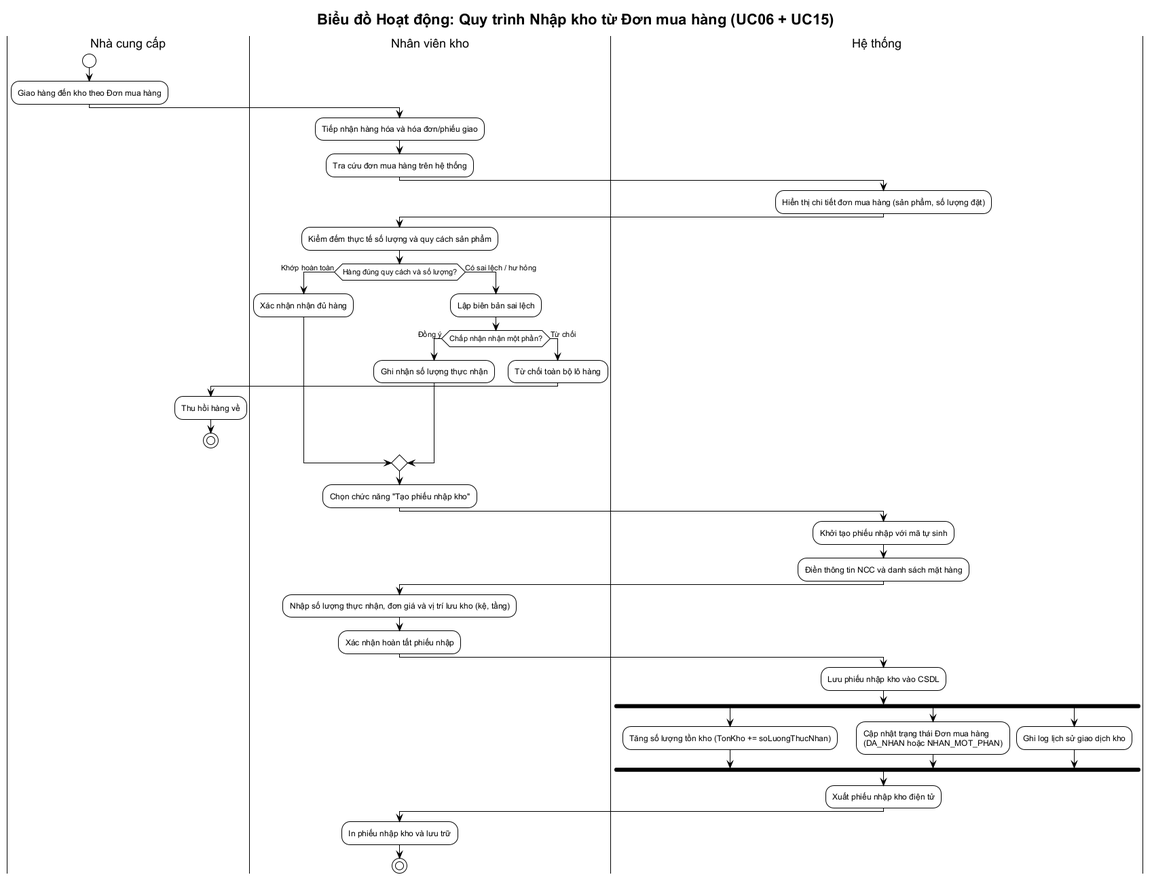
vuhoabinh2416137/G8_Quanlysanphamvakhohang keeps this PlantUML diagram as BTL-QuanLyKhoHang/diagrams/activity-nhap-kho.png. Above is the earlier version.
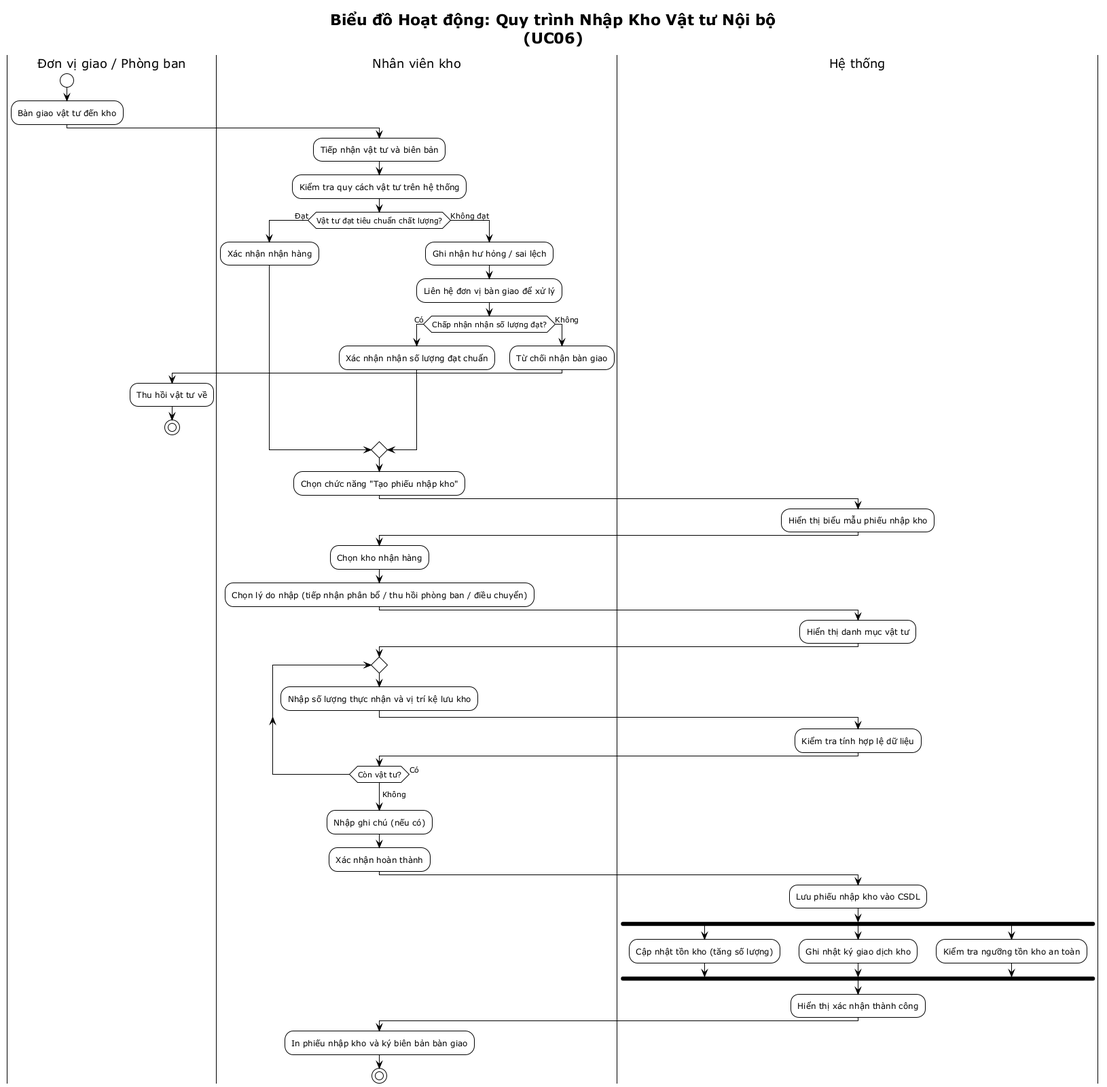
Later version of the same file.

The edit, as a diff of the source:
```diff
@@ -1,32 +1,26 @@
 @startuml activity-nhap-kho
 !theme plain
-skinparam defaultFontName "Arial"
-title Biểu đồ Hoạt động: Quy trình Nhập kho từ Đơn mua hàng (UC06 + UC15)
+title Biểu đồ Hoạt động: Quy trình Nhập Kho Vật tư Nội bộ\n(UC06)
 
-|Nhà cung cấp|
+|Đơn vị giao / Phòng ban|
 start
-:Giao hàng đến kho theo Đơn mua hàng;
+:Bàn giao vật tư đến kho;
 
 |Nhân viên kho|
-:Tiếp nhận hàng hóa và hóa đơn/phiếu giao;
-:Tra cứu đơn mua hàng trên hệ thống;
+:Tiếp nhận vật tư và biên bản;
+:Kiểm tra quy cách vật tư trên hệ thống;
 
-|Hệ thống|
-:Hiển thị chi tiết đơn mua hàng (sản phẩm, số lượng đặt);
-
-|Nhân viên kho|
-:Kiểm đếm thực tế số lượng và quy cách sản phẩm;
-
-if (Hàng đúng quy cách và số lượng?) then (Khớp hoàn toàn)
-    :Xác nhận nhận đủ hàng;
-else (Có sai lệch / hư hỏng)
-    :Lập biên bản sai lệch;
-    if (Chấp nhận nhận một phần?) then (Đồng ý)
-        :Ghi nhận số lượng thực nhận;
-    else (Từ chối)
-        :Từ chối toàn bộ lô hàng;
-        |Nhà cung cấp|
-        :Thu hồi hàng về;
+if (Vật tư đạt tiêu chuẩn chất lượng?) then (Đạt)
+    :Xác nhận nhận hàng;
+else (Không đạt)
+    :Ghi nhận hư hỏng / sai lệch;
+    :Liên hệ đơn vị bàn giao để xử lý;
+    if (Chấp nhận nhận số lượng đạt?) then (Có)
+        :Xác nhận nhận số lượng đạt chuẩn;
+    else (Không)
+        :Từ chối nhận bàn giao;
+        |Đơn vị giao / Phòng ban|
+        :Thu hồi vật tư về;
         stop
     endif
 endif
@@ -35,26 +29,42 @@
 :Chọn chức năng "Tạo phiếu nhập kho";
 
 |Hệ thống|
-:Khởi tạo phiếu nhập với mã tự sinh;
-:Điền thông tin NCC và danh sách mặt hàng;
+:Hiển thị biểu mẫu phiếu nhập kho;
 
 |Nhân viên kho|
-:Nhập số lượng thực nhận, đơn giá và vị trí lưu kho (kệ, tầng);
-:Xác nhận hoàn tất phiếu nhập;
+:Chọn kho nhận hàng;
+:Chọn lý do nhập (tiếp nhận phân bổ / thu hồi phòng ban / điều chuyển);
+
+|Hệ thống|
+:Hiển thị danh mục vật tư;
+
+|Nhân viên kho|
+repeat
+    :Nhập số lượng thực nhận và vị trí kệ lưu kho;
+    |Hệ thống|
+    :Kiểm tra tính hợp lệ dữ liệu;
+    |Nhân viên kho|
+repeat while (Còn vật tư?) is (Có)
+-> Không;
+
+:Nhập ghi chú (nếu có);
+:Xác nhận hoàn thành;
 
 |Hệ thống|
 :Lưu phiếu nhập kho vào CSDL;
+
 fork
-    :Tăng số lượng tồn kho (TonKho += soLuongThucNhan);
+    :Cập nhật tồn kho (tăng số lượng);
 fork again
-    :Cập nhật trạng thái Đơn mua hàng\n(DA_NHAN hoặc NHAN_MOT_PHAN);
+    :Ghi nhật ký giao dịch kho;
 fork again
-    :Ghi log lịch sử giao dịch kho;
+    :Kiểm tra ngưỡng tồn kho an toàn;
 end fork
 
-:Xuất phiếu nhập kho điện tử;
+:Hiển thị xác nhận thành công;
+
 |Nhân viên kho|
-:In phiếu nhập kho và lưu trữ;
+:In phiếu nhập kho và ký biên bản bàn giao;
+
 stop
-
 @enduml
```
